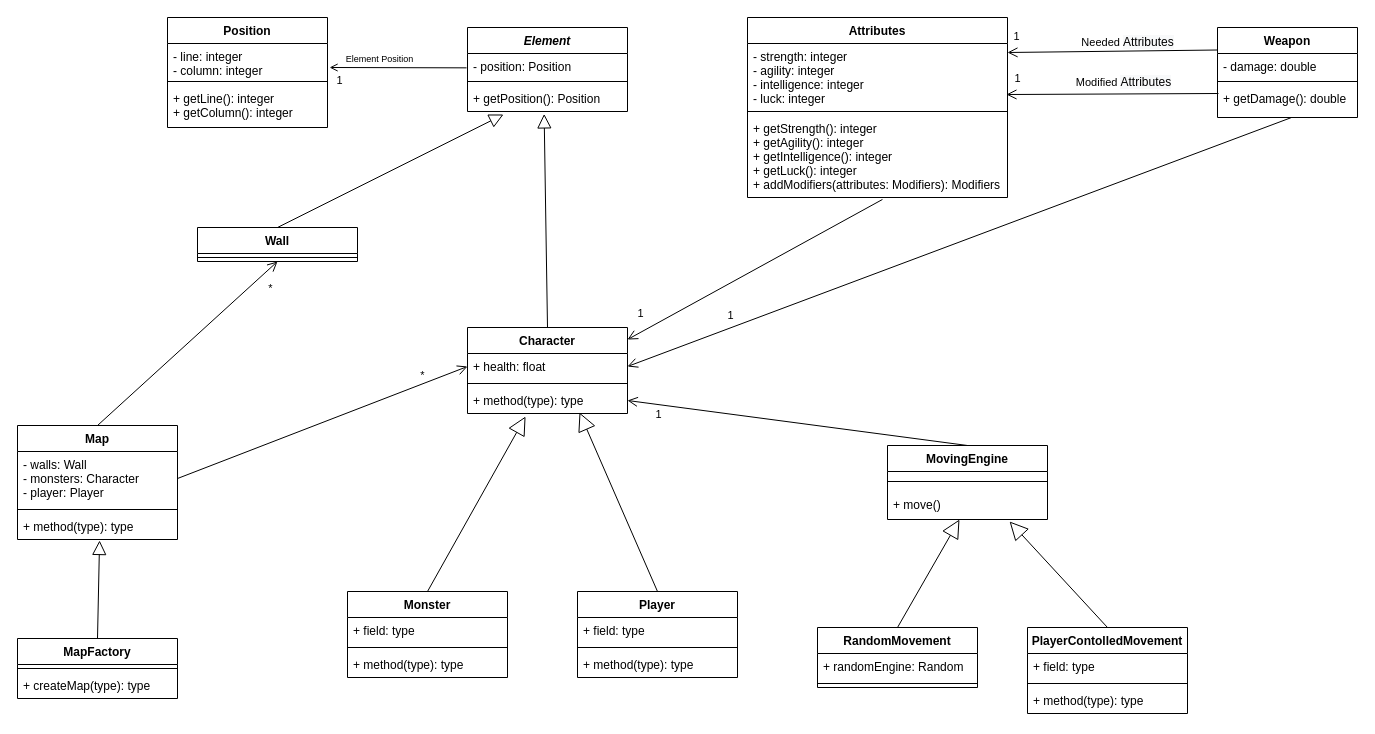
marhcouto/fallout0 keeps this draw.io diagram as page "Model" (1 of 2) of docs/UMLDiagram.drawio. Above is the earlier version. Source tidied: cells renumbered, new cells numbered last; positions are measured from the earlier drawing's top-left corner, leaving out a move shared by most shapes. Both pictures are drawn from the tidied source at 100%, with x=0, y=0 at pixel (17, 17).
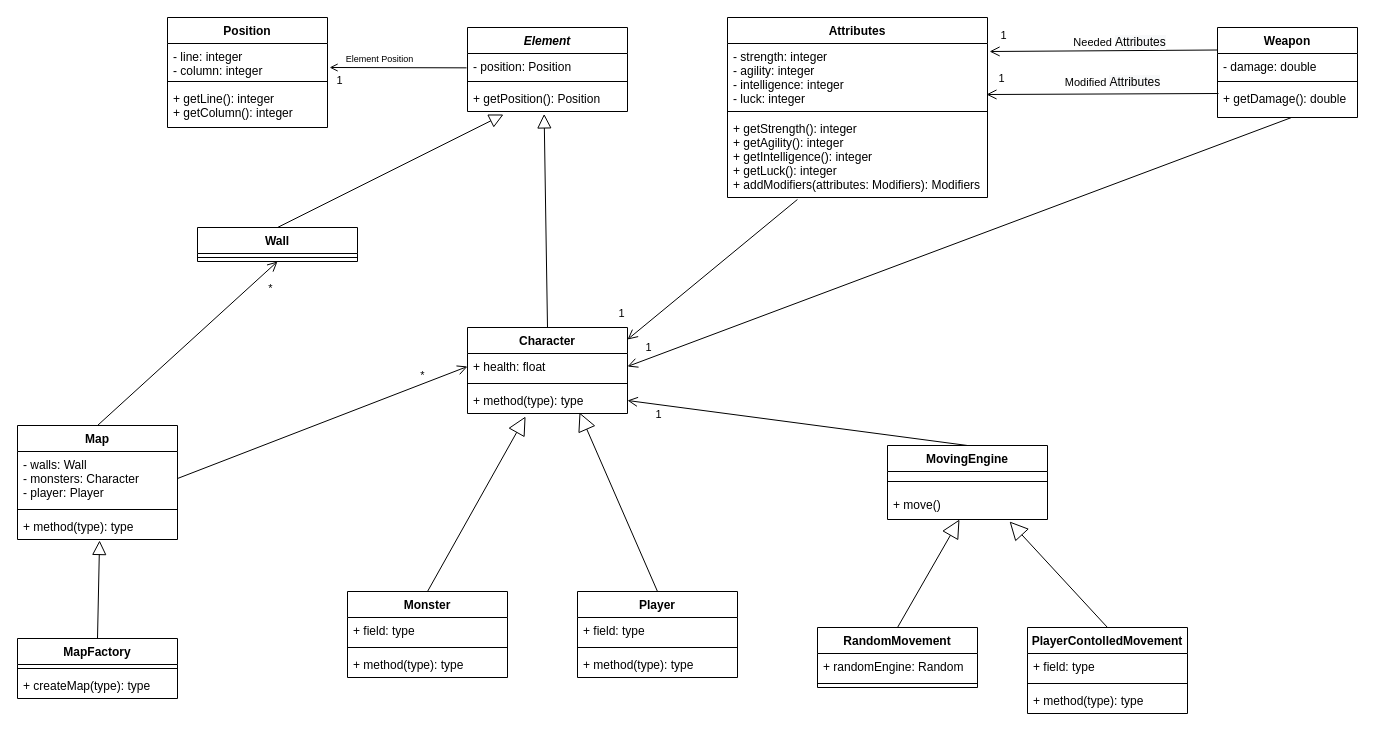
Above is the later version.

Unchanged cells that the change refers to:
```xml
<mxCell id="11" value="- strength: integer&#10;- agility: integer&#10;- intelligence: integer&#10;- luck: integer" style="text;strokeColor=none;fillColor=none;align=left;verticalAlign=top;spacingLeft=4;spacingRight=4;overflow=hidden;points=[[0,0.5],[1,0.5]];portConstraint=eastwest;" parent="10" vertex="1">
  <mxGeometry y="26" width="260" height="64" as="geometry" />
</mxCell>
<mxCell id="13" value="+ getStrength(): integer&#10;+ getAgility(): integer&#10;+ getIntelligence(): integer&#10;+ getLuck(): integer&#10;+ addModifiers(attributes: Modifiers): Modifiers" style="text;strokeColor=none;fillColor=none;align=left;verticalAlign=top;spacingLeft=4;spacingRight=4;overflow=hidden;points=[[0,0.5],[1,0.5]];portConstraint=eastwest;" parent="10" vertex="1">
  <mxGeometry y="98" width="260" height="82" as="geometry" />
</mxCell>
<mxCell id="14" value="Weapon" style="swimlane;fontStyle=1;align=center;verticalAlign=top;horizontal=1;startSize=26;" parent="1" vertex="1">
  <mxGeometry x="1200" y="10" width="140" height="90" as="geometry" />
</mxCell>
<mxCell id="53" value="Character" style="swimlane;fontStyle=1;align=center;verticalAlign=top;horizontal=1;startSize=26;" parent="1" vertex="1">
  <mxGeometry x="450" y="310" width="160" height="86" as="geometry" />
</mxCell>
<mxCell id="57" style="html=1;verticalAlign=bottom;endArrow=open;endSize=8;entryX=1;entryY=0.5;entryDx=0;entryDy=0;exitX=0.529;exitY=1;exitDx=0;exitDy=0;exitPerimeter=0;" parent="1" edge="1" source="17" target="54">
  <mxGeometry relative="1" as="geometry" />
</mxCell>
```

What changed in the source:
```diff
@@
     <mxCell id="10" value="Attributes" style="swimlane;fontStyle=1;align=center;verticalAlign=top;horizontal=1;startSize=26;" parent="1" vertex="1">
-      <mxGeometry x="730" width="260" height="180" as="geometry" />
+      <mxGeometry x="710" width="260" height="180" as="geometry" />
     </mxCell>
@@
-    <mxCell id="21" style="html=1;verticalAlign=bottom;endArrow=open;endSize=8;exitX=0;exitY=0.25;exitDx=0;exitDy=0;" parent="1" edge="1" source="14">
-      <mxGeometry relative="1" as="geometry">
-        <mxPoint x="990" y="35" as="targetPoint" />
-      </mxGeometry>
+    <mxCell id="21" style="html=1;verticalAlign=bottom;endArrow=open;endSize=8;exitX=0;exitY=0.25;exitDx=0;exitDy=0;entryX=1.008;entryY=0.125;entryDx=0;entryDy=0;entryPerimeter=0;" parent="1" edge="1" source="14" target="11">
+      <mxGeometry relative="1" as="geometry" />
     </mxCell>
@@
-    <mxCell id="49" style="html=1;verticalAlign=bottom;endArrow=open;endSize=8;entryX=1;entryY=0.14;entryDx=0;entryDy=0;exitX=0.519;exitY=1.024;exitDx=0;exitDy=0;exitPerimeter=0;entryPerimeter=0;" parent="1" edge="1" source="13" target="53">
+    <mxCell id="49" style="html=1;verticalAlign=bottom;endArrow=open;endSize=8;entryX=1;entryY=0.14;entryDx=0;entryDy=0;exitX=0.269;exitY=1.024;exitDx=0;exitDy=0;exitPerimeter=0;entryPerimeter=0;" parent="1" edge="1" source="13" target="53">
       <mxGeometry relative="1" as="geometry" />
     </mxCell>
@@
     <mxCell id="58" value="1" style="edgeLabel;html=1;align=center;verticalAlign=middle;" parent="57" vertex="1">
       <mxGeometry x="0.56" relative="1" as="geometry">
-        <mxPoint x="-43.4" y="3.8" as="offset" />
+        <mxPoint x="-125.3" y="35.5" as="offset" />
       </mxGeometry>
     </mxCell>
```
